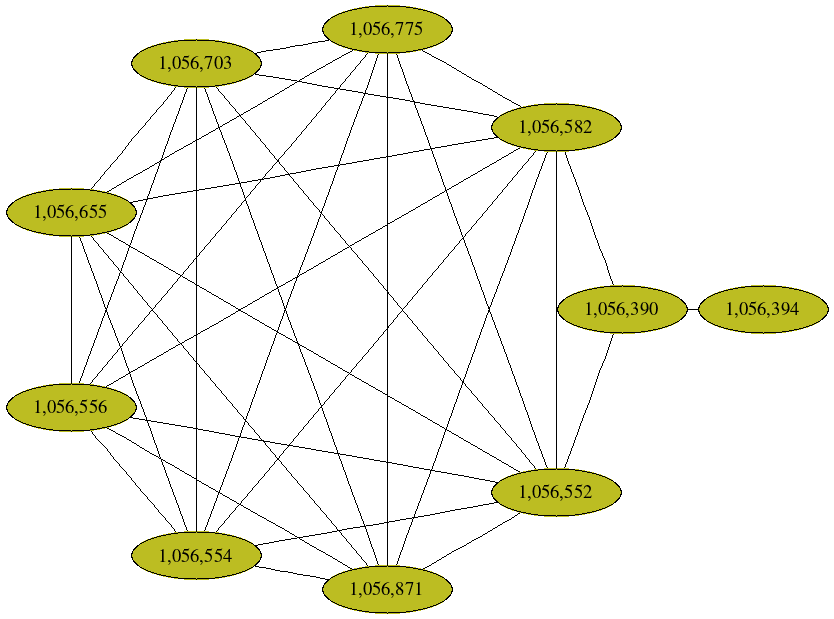
fedarko/sheepgut keeps this Graphviz diagram as notebooks/graphs/CAMP_cc4.png. Above is the earlier version. Its source is kept beside it as notebooks/graphs/CAMP_cc4.gv.
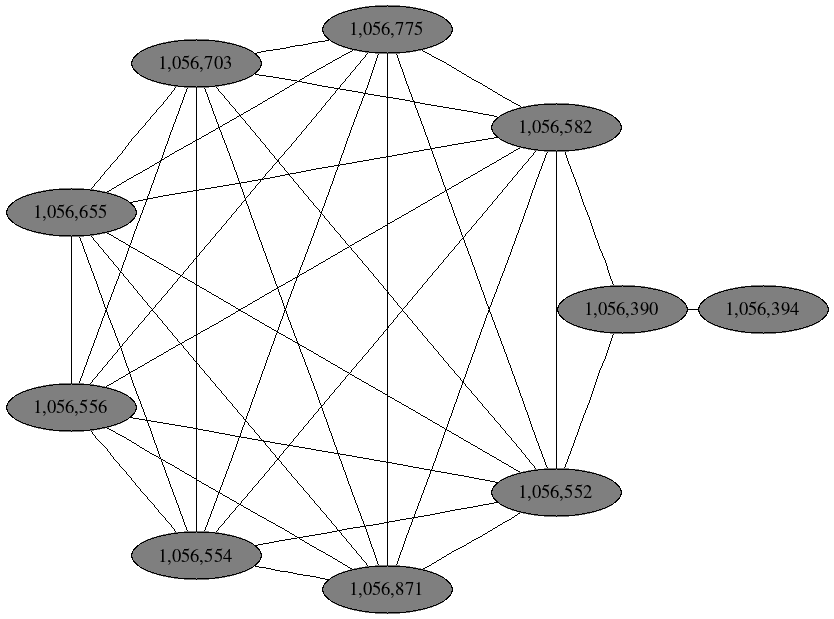
Above is the later version.

Change to the diagram source:
```diff
@@ -1,16 +1,16 @@
 graph CAMP_cc4 {
 	overlap="prism50";
 	outputorder="edgesfirst";
-	"1,056,390" [style="filled", fillcolor="#bcbd22", fontcolor="#000000"];
-	"1,056,582" [style="filled", fillcolor="#bcbd22", fontcolor="#000000"];
-	"1,056,552" [style="filled", fillcolor="#bcbd22", fontcolor="#000000"];
-	"1,056,775" [style="filled", fillcolor="#bcbd22", fontcolor="#000000"];
-	"1,056,394" [style="filled", fillcolor="#bcbd22", fontcolor="#000000"];
-	"1,056,871" [style="filled", fillcolor="#bcbd22", fontcolor="#000000"];
-	"1,056,554" [style="filled", fillcolor="#bcbd22", fontcolor="#000000"];
-	"1,056,556" [style="filled", fillcolor="#bcbd22", fontcolor="#000000"];
-	"1,056,655" [style="filled", fillcolor="#bcbd22", fontcolor="#000000"];
-	"1,056,703" [style="filled", fillcolor="#bcbd22", fontcolor="#000000"];
+	"1,056,390" [style="filled", fillcolor="#7f7f7f", fontcolor="#000000"];
+	"1,056,582" [style="filled", fillcolor="#7f7f7f", fontcolor="#000000"];
+	"1,056,552" [style="filled", fillcolor="#7f7f7f", fontcolor="#000000"];
+	"1,056,775" [style="filled", fillcolor="#7f7f7f", fontcolor="#000000"];
+	"1,056,394" [style="filled", fillcolor="#7f7f7f", fontcolor="#000000"];
+	"1,056,871" [style="filled", fillcolor="#7f7f7f", fontcolor="#000000"];
+	"1,056,554" [style="filled", fillcolor="#7f7f7f", fontcolor="#000000"];
+	"1,056,556" [style="filled", fillcolor="#7f7f7f", fontcolor="#000000"];
+	"1,056,655" [style="filled", fillcolor="#7f7f7f", fontcolor="#000000"];
+	"1,056,703" [style="filled", fillcolor="#7f7f7f", fontcolor="#000000"];
 	"1,056,390" -- "1,056,394";
 	"1,056,390" -- "1,056,552";
 	"1,056,390" -- "1,056,582";
```
